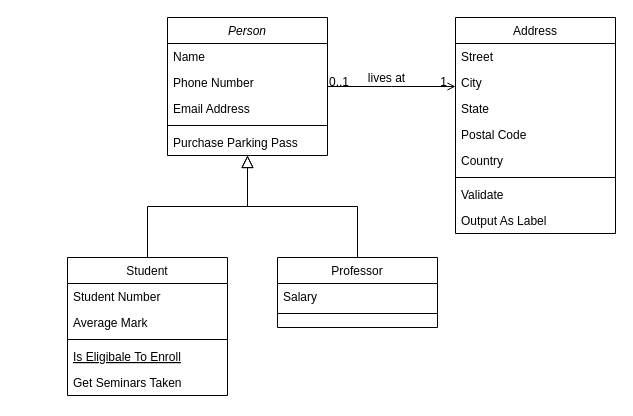
Earlier version of the draw.io diagram MDA Diagram.drawio (oritr/hello-world). Source tidied: cells renumbered, new cells numbered last; positions are measured from the earlier drawing's top-left corner, leaving out a move shared by most shapes. Both pictures are drawn from the tidied source at 100%, with x=0, y=0 at pixel (67, 17).
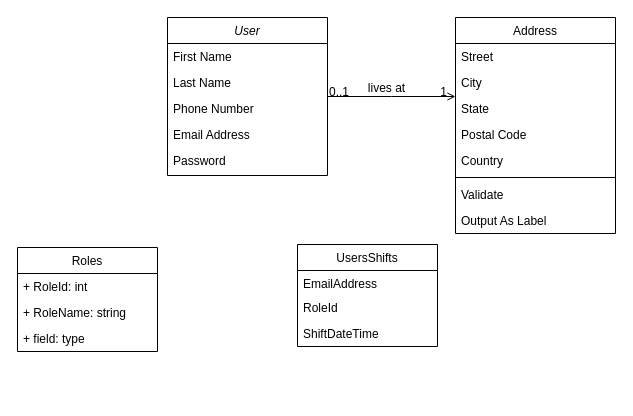
The same diagram, later.

The edit, as a diff of the source:
```diff
@@
-    <mxCell id="2" value="Person" style="swimlane;fontStyle=2;align=center;verticalAlign=top;horizontal=1;startSize=26;rounded=0;shadow=0;strokeWidth=1;" parent="1" vertex="1">
-      <mxGeometry x="100" width="160" height="138" as="geometry" />
+    <mxCell id="2" value="User" style="swimlane;fontStyle=2;align=center;verticalAlign=top;horizontal=1;startSize=26;rounded=0;shadow=0;strokeWidth=1;" parent="1" vertex="1">
+      <mxGeometry x="100" width="160" height="158" as="geometry" />
     </mxCell>
-    <mxCell id="3" value="Name" style="text;align=left;verticalAlign=top;spacingLeft=4;spacingRight=4;overflow=hidden;" parent="2" vertex="1">
+    <mxCell id="3" value="First Name" style="text;align=left;verticalAlign=top;spacingLeft=4;spacingRight=4;overflow=hidden;" parent="2" vertex="1">
       <mxGeometry y="26" width="160" height="26" as="geometry" />
     </mxCell>
+    <mxCell id="32" value="Last Name" style="text;align=left;verticalAlign=top;spacingLeft=4;spacingRight=4;overflow=hidden;" parent="2" vertex="1">
+      <mxGeometry y="52" width="160" height="26" as="geometry" />
+    </mxCell>
     <mxCell id="4" value="Phone Number" style="text;align=left;verticalAlign=top;spacingLeft=4;spacingRight=4;overflow=hidden;rounded=0;shadow=0;html=0;" parent="2" vertex="1">
-      <mxGeometry y="52" width="160" height="26" as="geometry" />
+      <mxGeometry y="78" width="160" height="26" as="geometry" />
     </mxCell>
     <mxCell id="5" value="Email Address" style="text;align=left;verticalAlign=top;spacingLeft=4;spacingRight=4;overflow=hidden;rounded=0;shadow=0;html=0;" parent="2" vertex="1">
-      <mxGeometry y="78" width="160" height="26" as="geometry" />
+      <mxGeometry y="104" width="160" height="26" as="geometry" />
     </mxCell>
-    <mxCell id="6" style="line;html=1;strokeWidth=1;align=left;verticalAlign=middle;spacingTop=-1;spacingLeft=3;spacingRight=3;labelPosition=right;" parent="2" vertex="1">
-      <mxGeometry y="104" width="160" height="8" as="geometry" />
-    </mxCell>
-    <mxCell id="7" value="Purchase Parking Pass" style="text;align=left;verticalAlign=top;spacingLeft=4;spacingRight=4;overflow=hidden;" parent="2" vertex="1">
-      <mxGeometry y="112" width="160" height="26" as="geometry" />
-    </mxCell>
-    <mxCell id="8" value="Student" style="swimlane;fontStyle=0;align=center;verticalAlign=top;horizontal=1;startSize=26;rounded=0;shadow=0;strokeWidth=1;" parent="1" vertex="1">
-      <mxGeometry y="240" width="160" height="138" as="geometry" />
-    </mxCell>
-    <mxCell id="9" value="Student Number" style="text;align=left;verticalAlign=top;spacingLeft=4;spacingRight=4;overflow=hidden;" parent="8" vertex="1">
-      <mxGeometry y="26" width="160" height="26" as="geometry" />
-    </mxCell>
-    <mxCell id="10" value="Average Mark" style="text;align=left;verticalAlign=top;spacingLeft=4;spacingRight=4;overflow=hidden;rounded=0;shadow=0;html=0;" parent="8" vertex="1">
-      <mxGeometry y="52" width="160" height="26" as="geometry" />
-    </mxCell>
-    <mxCell id="11" style="line;html=1;strokeWidth=1;align=left;verticalAlign=middle;spacingTop=-1;spacingLeft=3;spacingRight=3;labelPosition=right;" parent="8" vertex="1">
-      <mxGeometry y="78" width="160" height="8" as="geometry" />
-    </mxCell>
-    <mxCell id="12" value="Is Eligibale To Enroll" style="text;align=left;verticalAlign=top;spacingLeft=4;spacingRight=4;overflow=hidden;fontStyle=4;" parent="8" vertex="1">
-      <mxGeometry y="86" width="160" height="26" as="geometry" />
-    </mxCell>
-    <mxCell id="13" value="Get Seminars Taken" style="text;align=left;verticalAlign=top;spacingLeft=4;spacingRight=4;overflow=hidden;" parent="8" vertex="1">
-      <mxGeometry y="112" width="160" height="26" as="geometry" />
-    </mxCell>
-    <mxCell id="14" style="endArrow=block;endSize=10;endFill=0;shadow=0;strokeWidth=1;rounded=0;edgeStyle=elbowEdgeStyle;elbow=vertical;" parent="1" edge="1" source="8" target="2">
-      <mxGeometry relative="1" as="geometry" />
-    </mxCell>
-    <mxCell id="15" value="Professor" style="swimlane;fontStyle=0;align=center;verticalAlign=top;horizontal=1;startSize=26;rounded=0;shadow=0;strokeWidth=1;" parent="1" vertex="1">
-      <mxGeometry x="210" y="240" width="160" height="70" as="geometry" />
-    </mxCell>
-    <mxCell id="16" value="Salary" style="text;align=left;verticalAlign=top;spacingLeft=4;spacingRight=4;overflow=hidden;" parent="15" vertex="1">
-      <mxGeometry y="26" width="160" height="26" as="geometry" />
-    </mxCell>
-    <mxCell id="17" style="line;html=1;strokeWidth=1;align=left;verticalAlign=middle;spacingTop=-1;spacingLeft=3;spacingRight=3;labelPosition=right;" parent="15" vertex="1">
-      <mxGeometry y="52" width="160" height="8" as="geometry" />
-    </mxCell>
-    <mxCell id="18" style="endArrow=block;endSize=10;endFill=0;shadow=0;strokeWidth=1;rounded=0;edgeStyle=elbowEdgeStyle;elbow=vertical;" parent="1" edge="1" source="15" target="2">
-      <mxGeometry relative="1" as="geometry" />
-    </mxCell>
+    <mxCell id="33" value="Password" style="text;align=left;verticalAlign=top;spacingLeft=4;spacingRight=4;overflow=hidden;rounded=0;shadow=0;html=0;" parent="2" vertex="1">
+      <mxGeometry y="130" width="160" height="28" as="geometry" />
+    </mxCell>
@@
+    <mxCell id="34" value="Roles" style="swimlane;fontStyle=0;horizontal=1;startSize=26;fillColor=none;" parent="1" vertex="1">
+      <mxGeometry x="-50" y="230" width="140" height="104" as="geometry" />
+    </mxCell>
+    <mxCell id="35" value="+ RoleId: int" style="text;strokeColor=none;fillColor=none;align=left;verticalAlign=top;spacingLeft=4;spacingRight=4;overflow=hidden;" parent="34" vertex="1">
+      <mxGeometry y="26" width="140" height="26" as="geometry" />
+    </mxCell>
+    <mxCell id="36" value="+ RoleName: string" style="text;strokeColor=none;fillColor=none;align=left;verticalAlign=top;spacingLeft=4;spacingRight=4;overflow=hidden;" parent="34" vertex="1">
+      <mxGeometry y="52" width="140" height="26" as="geometry" />
+    </mxCell>
+    <mxCell id="37" value="+ field: type" style="text;strokeColor=none;fillColor=none;align=left;verticalAlign=top;spacingLeft=4;spacingRight=4;overflow=hidden;" parent="34" vertex="1">
+      <mxGeometry y="78" width="140" height="26" as="geometry" />
+    </mxCell>
+    <mxCell id="38" value="UsersShifts" style="swimlane;fontStyle=0;horizontal=1;startSize=26;fillColor=none;" parent="1" vertex="1">
+      <mxGeometry x="230" y="227" width="140" height="102" as="geometry" />
+    </mxCell>
+    <mxCell id="39" value="EmailAddress" style="text;strokeColor=none;fillColor=none;align=left;verticalAlign=top;spacingLeft=4;spacingRight=4;overflow=hidden;" parent="38" vertex="1">
+      <mxGeometry y="26" width="140" height="24" as="geometry" />
+    </mxCell>
+    <mxCell id="40" value="RoleId" style="text;strokeColor=none;fillColor=none;align=left;verticalAlign=top;spacingLeft=4;spacingRight=4;overflow=hidden;" parent="38" vertex="1">
+      <mxGeometry y="50" width="140" height="26" as="geometry" />
+    </mxCell>
+    <mxCell id="41" value="ShiftDateTime" style="text;strokeColor=none;fillColor=none;align=left;verticalAlign=top;spacingLeft=4;spacingRight=4;overflow=hidden;" parent="38" vertex="1">
+      <mxGeometry y="76" width="140" height="26" as="geometry" />
+    </mxCell>
```
